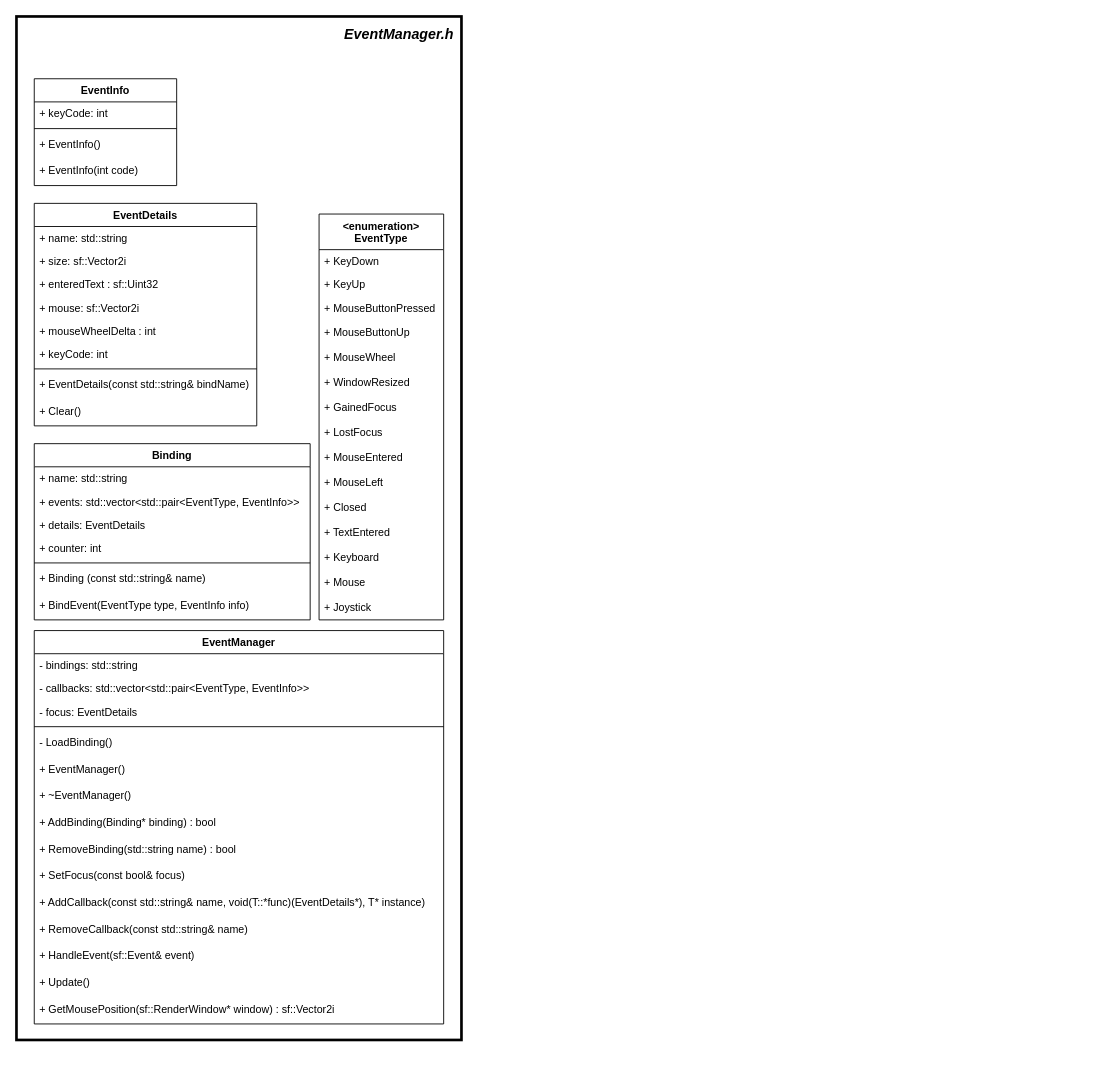
Earlier version of the draw.io diagram EVENT_MANAGER_PROJECT_CLASS DIAGRAM.drawio (maxmakovskiy/gamedev). Source tidied: cells renumbered, new cells numbered last; positions are measured from the earlier drawing's top-left corner, leaving out a move shared by most shapes. Both pictures are drawn from the tidied source at 89%, with x=0, y=0 at pixel (16, 16).
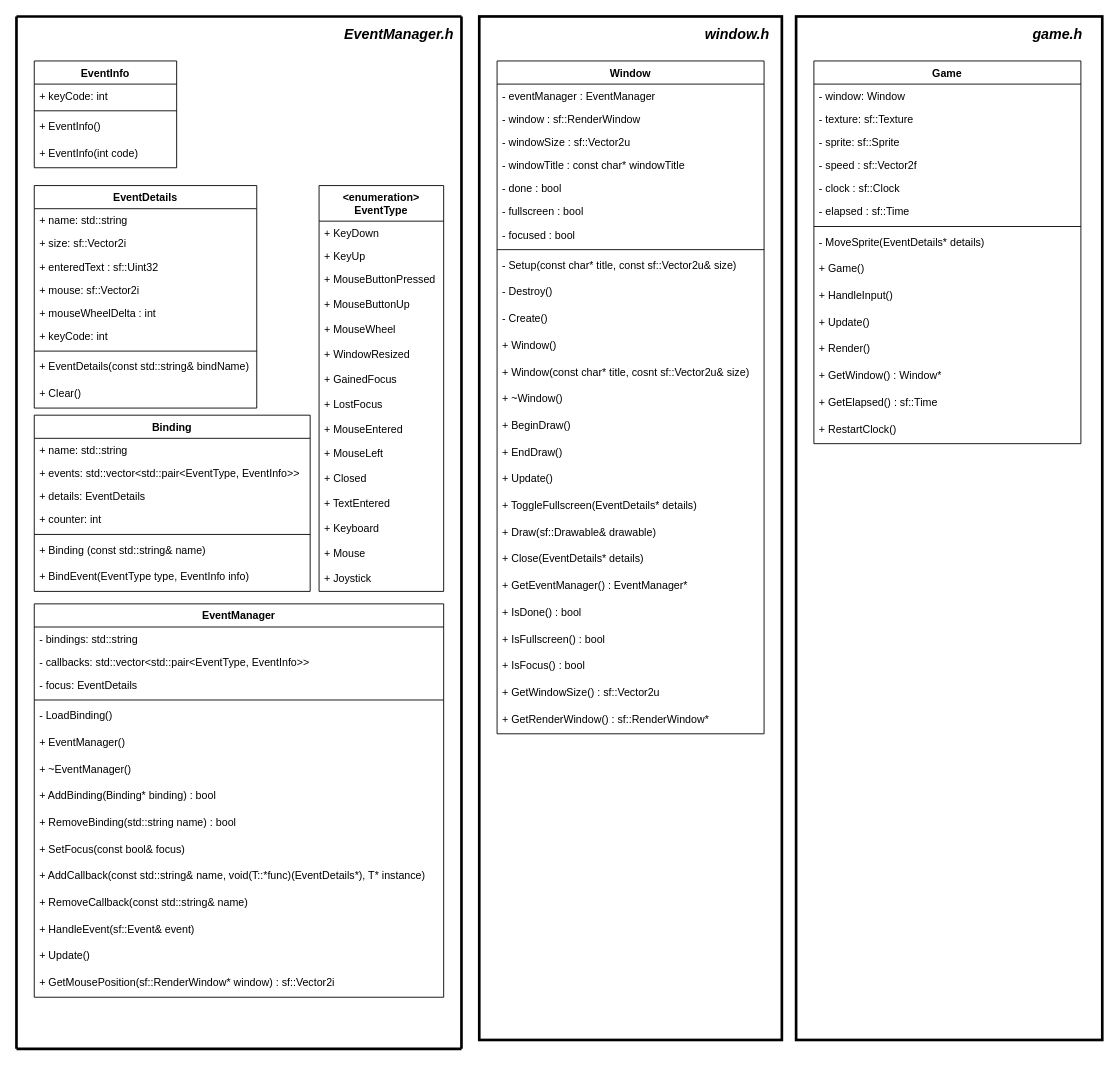
Above is the later version.

What changed in the source:
```diff
@@
     <mxCell id="2" value="EventInfo" style="swimlane;fontStyle=1;align=center;verticalAlign=top;horizontal=1;startSize=26;swimlaneFillColor=#ffffff;" parent="1" vertex="1">
-      <mxGeometry x="20" y="70" width="160" height="120" as="geometry" />
+      <mxGeometry x="20" y="50" width="160" height="120" as="geometry" />
     </mxCell>
@@
     <mxCell id="7" value="&lt;enumeration&gt;&#10;EventType" style="swimlane;fontStyle=1;horizontal=1;startSize=40;swimlaneFillColor=#ffffff;" parent="1" vertex="1">
-      <mxGeometry x="340" y="222" width="140" height="456" as="geometry" />
+      <mxGeometry x="340" y="190" width="140" height="456" as="geometry" />
     </mxCell>
@@
     <mxCell id="23" value="EventDetails" style="swimlane;fontStyle=1;align=center;verticalAlign=top;horizontal=1;startSize=26;swimlaneFillColor=#ffffff;" parent="1" vertex="1">
-      <mxGeometry x="20" y="210" width="250" height="250" as="geometry" />
+      <mxGeometry x="20" y="190" width="250" height="250" as="geometry" />
     </mxCell>
@@
     <mxCell id="33" value="Binding" style="swimlane;fontStyle=1;align=center;verticalAlign=top;horizontal=1;startSize=26;swimlaneFillColor=#ffffff;" parent="1" vertex="1">
-      <mxGeometry x="20" y="480" width="310" height="198" as="geometry" />
+      <mxGeometry x="20" y="448" width="310" height="198" as="geometry" />
     </mxCell>
@@
     <mxCell id="41" value="EventManager" style="swimlane;fontStyle=1;align=center;verticalAlign=top;horizontal=1;startSize=26;swimlaneFillColor=#ffffff;" parent="1" vertex="1">
-      <mxGeometry x="20" y="690" width="460" height="442" as="geometry" />
+      <mxGeometry x="20" y="660" width="460" height="442" as="geometry" />
     </mxCell>
@@
-    <mxCell id="57" style="rounded=0;whiteSpace=wrap;html=1;fillColor=none;strokeWidth=3;" parent="1" vertex="1">
-      <mxGeometry width="500" height="1150" as="geometry" />
-    </mxCell>
@@
+    <mxCell id="59" style="rounded=0;whiteSpace=wrap;html=1;fillColor=none;strokeWidth=3;" parent="1" vertex="1">
+      <mxGeometry x="520" width="340" height="1150" as="geometry" />
+    </mxCell>
+    <mxCell id="60" value="window.h" style="text;html=1;strokeColor=none;fillColor=none;align=center;verticalAlign=middle;whiteSpace=wrap;rounded=0;fontStyle=3;fontSize=16;" parent="1" vertex="1">
+      <mxGeometry x="790" y="10" width="40" height="20" as="geometry" />
+    </mxCell>
+    <mxCell id="61" style="endArrow=none;html=1;fontSize=16;fontColor=none;strokeWidth=3;" parent="1" edge="1">
+      <mxGeometry relative="1" as="geometry">
+        <mxPoint as="sourcePoint" />
+        <mxPoint x="500" as="targetPoint" />
+      </mxGeometry>
+    </mxCell>
+    <mxCell id="62" style="endArrow=none;html=1;fontSize=16;fontColor=none;strokeWidth=3;" parent="1" edge="1">
+      <mxGeometry relative="1" as="geometry">
+        <mxPoint as="sourcePoint" />
+        <mxPoint y="1160" as="targetPoint" />
+      </mxGeometry>
+    </mxCell>
+    <mxCell id="63" style="endArrow=none;html=1;fontSize=16;fontColor=none;strokeWidth=3;" parent="1" edge="1">
+      <mxGeometry relative="1" as="geometry">
+        <mxPoint y="1160" as="sourcePoint" />
+        <mxPoint x="500" y="1160" as="targetPoint" />
+      </mxGeometry>
+    </mxCell>
+    <mxCell id="64" style="endArrow=none;html=1;fontSize=16;fontColor=none;strokeWidth=3;" parent="1" edge="1">
+      <mxGeometry relative="1" as="geometry">
+        <mxPoint x="500" as="sourcePoint" />
+        <mxPoint x="500" y="1160" as="targetPoint" />
+      </mxGeometry>
+    </mxCell>
+    <mxCell id="65" value="Window" style="swimlane;fontStyle=1;align=center;verticalAlign=top;horizontal=1;startSize=26;swimlaneFillColor=#ffffff;" parent="1" vertex="1">
+      <mxGeometry x="540" y="50" width="300" height="756" as="geometry" />
+    </mxCell>
+    <mxCell id="66" value="- eventManager : EventManager" style="text;strokeColor=none;fillColor=none;align=left;verticalAlign=top;spacingLeft=4;spacingRight=4;overflow=hidden;" parent="65" vertex="1">
+      <mxGeometry y="26" width="300" height="26" as="geometry" />
+    </mxCell>
+    <mxCell id="67" value="- window : sf::RenderWindow" style="text;strokeColor=none;fillColor=none;align=left;verticalAlign=top;spacingLeft=4;spacingRight=4;overflow=hidden;" parent="65" vertex="1">
+      <mxGeometry y="52" width="300" height="26" as="geometry" />
+    </mxCell>
+    <mxCell id="68" value="- windowSize : sf::Vector2u" style="text;strokeColor=none;fillColor=none;align=left;verticalAlign=top;spacingLeft=4;spacingRight=4;overflow=hidden;" parent="65" vertex="1">
+      <mxGeometry y="78" width="300" height="26" as="geometry" />
+    </mxCell>
+    <mxCell id="69" value="- windowTitle : const char* windowTitle" style="text;strokeColor=none;fillColor=none;align=left;verticalAlign=top;spacingLeft=4;spacingRight=4;overflow=hidden;" parent="65" vertex="1">
+      <mxGeometry y="104" width="300" height="26" as="geometry" />
+    </mxCell>
+    <mxCell id="70" value="- done : bool" style="text;strokeColor=none;fillColor=none;align=left;verticalAlign=top;spacingLeft=4;spacingRight=4;overflow=hidden;" parent="65" vertex="1">
+      <mxGeometry y="130" width="300" height="26" as="geometry" />
+    </mxCell>
+    <mxCell id="71" value="- fullscreen : bool" style="text;strokeColor=none;fillColor=none;align=left;verticalAlign=top;spacingLeft=4;spacingRight=4;overflow=hidden;" parent="65" vertex="1">
+      <mxGeometry y="156" width="300" height="26" as="geometry" />
+    </mxCell>
+    <mxCell id="72" value="- focused : bool" style="text;strokeColor=none;fillColor=none;align=left;verticalAlign=top;spacingLeft=4;spacingRight=4;overflow=hidden;" parent="65" vertex="1">
+      <mxGeometry y="182" width="300" height="26" as="geometry" />
+    </mxCell>
+    <mxCell id="73" style="line;strokeWidth=1;fillColor=none;align=left;verticalAlign=middle;spacingTop=-1;spacingLeft=3;spacingRight=3;labelPosition=right;" parent="65" vertex="1">
+      <mxGeometry y="208" width="300" height="8" as="geometry" />
+    </mxCell>
+    <mxCell id="74" value="- Setup(const char* title, const sf::Vector2u&amp; size)" style="text;strokeColor=none;fillColor=none;align=left;verticalAlign=top;spacingLeft=4;spacingRight=4;overflow=hidden;" parent="65" vertex="1">
+      <mxGeometry y="216" width="300" height="30" as="geometry" />
+    </mxCell>
+    <mxCell id="75" value="- Destroy()&#10;" style="text;strokeColor=none;fillColor=none;align=left;verticalAlign=top;spacingLeft=4;spacingRight=4;overflow=hidden;" parent="65" vertex="1">
+      <mxGeometry y="246" width="300" height="30" as="geometry" />
+    </mxCell>
+    <mxCell id="76" value="- Create()&#10;" style="text;strokeColor=none;fillColor=none;align=left;verticalAlign=top;spacingLeft=4;spacingRight=4;overflow=hidden;" parent="65" vertex="1">
+      <mxGeometry y="276" width="300" height="30" as="geometry" />
+    </mxCell>
+    <mxCell id="77" value="+ Window()&#10;" style="text;strokeColor=none;fillColor=none;align=left;verticalAlign=top;spacingLeft=4;spacingRight=4;overflow=hidden;" parent="65" vertex="1">
+      <mxGeometry y="306" width="300" height="30" as="geometry" />
+    </mxCell>
+    <mxCell id="78" value="+ Window(const char* title, cosnt sf::Vector2u&amp; size)&#10;" style="text;strokeColor=none;fillColor=none;align=left;verticalAlign=top;spacingLeft=4;spacingRight=4;overflow=hidden;" parent="65" vertex="1">
+      <mxGeometry y="336" width="300" height="30" as="geometry" />
+    </mxCell>
+    <mxCell id="79" value="+ ~Window()&#10;" style="text;strokeColor=none;fillColor=none;align=left;verticalAlign=top;spacingLeft=4;spacingRight=4;overflow=hidden;" parent="65" vertex="1">
+      <mxGeometry y="366" width="300" height="30" as="geometry" />
+    </mxCell>
+    <mxCell id="80" value="+ BeginDraw()&#10;" style="text;strokeColor=none;fillColor=none;align=left;verticalAlign=top;spacingLeft=4;spacingRight=4;overflow=hidden;" parent="65" vertex="1">
+      <mxGeometry y="396" width="300" height="30" as="geometry" />
+    </mxCell>
+    <mxCell id="81" value="+ EndDraw()&#10;" style="text;strokeColor=none;fillColor=none;align=left;verticalAlign=top;spacingLeft=4;spacingRight=4;overflow=hidden;" parent="65" vertex="1">
+      <mxGeometry y="426" width="300" height="30" as="geometry" />
+    </mxCell>
+    <mxCell id="82" value="+ Update()&#10;" style="text;strokeColor=none;fillColor=none;align=left;verticalAlign=top;spacingLeft=4;spacingRight=4;overflow=hidden;" parent="65" vertex="1">
+      <mxGeometry y="456" width="300" height="30" as="geometry" />
+    </mxCell>
+    <mxCell id="83" value="+ ToggleFullscreen(EventDetails* details)&#10;" style="text;strokeColor=none;fillColor=none;align=left;verticalAlign=top;spacingLeft=4;spacingRight=4;overflow=hidden;" parent="65" vertex="1">
+      <mxGeometry y="486" width="300" height="30" as="geometry" />
+    </mxCell>
+    <mxCell id="84" value="+ Draw(sf::Drawable&amp; drawable)&#10;" style="text;strokeColor=none;fillColor=none;align=left;verticalAlign=top;spacingLeft=4;spacingRight=4;overflow=hidden;" parent="65" vertex="1">
+      <mxGeometry y="516" width="300" height="30" as="geometry" />
+    </mxCell>
+    <mxCell id="85" value="+ Close(EventDetails* details)&#10;" style="text;strokeColor=none;fillColor=none;align=left;verticalAlign=top;spacingLeft=4;spacingRight=4;overflow=hidden;" parent="65" vertex="1">
+      <mxGeometry y="546" width="300" height="30" as="geometry" />
+    </mxCell>
+    <mxCell id="86" value="+ GetEventManager() : EventManager*&#10;" style="text;strokeColor=none;fillColor=none;align=left;verticalAlign=top;spacingLeft=4;spacingRight=4;overflow=hidden;" parent="65" vertex="1">
+      <mxGeometry y="576" width="300" height="30" as="geometry" />
+    </mxCell>
+    <mxCell id="87" value="+ IsDone() : bool&#10;" style="text;strokeColor=none;fillColor=none;align=left;verticalAlign=top;spacingLeft=4;spacingRight=4;overflow=hidden;" parent="65" vertex="1">
+      <mxGeometry y="606" width="300" height="30" as="geometry" />
+    </mxCell>
+    <mxCell id="88" value="+ IsFullscreen() : bool&#10;" style="text;strokeColor=none;fillColor=none;align=left;verticalAlign=top;spacingLeft=4;spacingRight=4;overflow=hidden;" parent="65" vertex="1">
+      <mxGeometry y="636" width="300" height="30" as="geometry" />
+    </mxCell>
+    <mxCell id="89" value="+ IsFocus() : bool&#10;" style="text;strokeColor=none;fillColor=none;align=left;verticalAlign=top;spacingLeft=4;spacingRight=4;overflow=hidden;" parent="65" vertex="1">
+      <mxGeometry y="666" width="300" height="30" as="geometry" />
+    </mxCell>
+    <mxCell id="90" value="+ GetWindowSize() : sf::Vector2u&#10;" style="text;strokeColor=none;fillColor=none;align=left;verticalAlign=top;spacingLeft=4;spacingRight=4;overflow=hidden;" parent="65" vertex="1">
+      <mxGeometry y="696" width="300" height="30" as="geometry" />
+    </mxCell>
+    <mxCell id="91" value="+ GetRenderWindow() : sf::RenderWindow*&#10;" style="text;strokeColor=none;fillColor=none;align=left;verticalAlign=top;spacingLeft=4;spacingRight=4;overflow=hidden;" parent="65" vertex="1">
+      <mxGeometry y="726" width="300" height="30" as="geometry" />
+    </mxCell>
+    <mxCell id="92" style="rounded=0;whiteSpace=wrap;html=1;fillColor=none;strokeWidth=3;" parent="1" vertex="1">
+      <mxGeometry x="876" width="344" height="1150" as="geometry" />
+    </mxCell>
+    <mxCell id="93" value="game.h" style="text;html=1;strokeColor=none;fillColor=none;align=center;verticalAlign=middle;whiteSpace=wrap;rounded=0;fontStyle=3;fontSize=16;" parent="1" vertex="1">
+      <mxGeometry x="1150" y="10" width="40" height="20" as="geometry" />
+    </mxCell>
+    <mxCell id="94" value="Game" style="swimlane;fontStyle=1;align=center;verticalAlign=top;horizontal=1;startSize=26;swimlaneFillColor=#ffffff;" parent="1" vertex="1">
+      <mxGeometry x="896" y="50" width="300" height="430" as="geometry" />
+    </mxCell>
+    <mxCell id="95" value="- window: Window" style="text;strokeColor=none;fillColor=none;align=left;verticalAlign=top;spacingLeft=4;spacingRight=4;overflow=hidden;" parent="94" vertex="1">
+      <mxGeometry y="26" width="300" height="26" as="geometry" />
+    </mxCell>
+    <mxCell id="96" value="- texture: sf::Texture" style="text;strokeColor=none;fillColor=none;align=left;verticalAlign=top;spacingLeft=4;spacingRight=4;overflow=hidden;" parent="94" vertex="1">
+      <mxGeometry y="52" width="300" height="26" as="geometry" />
+    </mxCell>
+    <mxCell id="97" value="- sprite: sf::Sprite" style="text;strokeColor=none;fillColor=none;align=left;verticalAlign=top;spacingLeft=4;spacingRight=4;overflow=hidden;" parent="94" vertex="1">
+      <mxGeometry y="78" width="300" height="26" as="geometry" />
+    </mxCell>
+    <mxCell id="98" value="- speed : sf::Vector2f" style="text;strokeColor=none;fillColor=none;align=left;verticalAlign=top;spacingLeft=4;spacingRight=4;overflow=hidden;" parent="94" vertex="1">
+      <mxGeometry y="104" width="300" height="26" as="geometry" />
+    </mxCell>
+    <mxCell id="99" value="- clock : sf::Clock" style="text;strokeColor=none;fillColor=none;align=left;verticalAlign=top;spacingLeft=4;spacingRight=4;overflow=hidden;" parent="94" vertex="1">
+      <mxGeometry y="130" width="300" height="26" as="geometry" />
+    </mxCell>
+    <mxCell id="100" value="- elapsed : sf::Time" style="text;strokeColor=none;fillColor=none;align=left;verticalAlign=top;spacingLeft=4;spacingRight=4;overflow=hidden;" parent="94" vertex="1">
+      <mxGeometry y="156" width="300" height="26" as="geometry" />
+    </mxCell>
+    <mxCell id="101" style="line;strokeWidth=1;fillColor=none;align=left;verticalAlign=middle;spacingTop=-1;spacingLeft=3;spacingRight=3;labelPosition=right;" parent="94" vertex="1">
+      <mxGeometry y="182" width="300" height="8" as="geometry" />
+    </mxCell>
+    <mxCell id="102" value="- MoveSprite(EventDetails* details)&#10;" style="text;strokeColor=none;fillColor=none;align=left;verticalAlign=top;spacingLeft=4;spacingRight=4;overflow=hidden;" parent="94" vertex="1">
+      <mxGeometry y="190" width="300" height="30" as="geometry" />
+    </mxCell>
+    <mxCell id="103" value="+ Game()&#10;" style="text;strokeColor=none;fillColor=none;align=left;verticalAlign=top;spacingLeft=4;spacingRight=4;overflow=hidden;" parent="94" vertex="1">
+      <mxGeometry y="220" width="300" height="30" as="geometry" />
+    </mxCell>
+    <mxCell id="104" value="+ HandleInput()&#10;" style="text;strokeColor=none;fillColor=none;align=left;verticalAlign=top;spacingLeft=4;spacingRight=4;overflow=hidden;" parent="94" vertex="1">
+      <mxGeometry y="250" width="300" height="30" as="geometry" />
+    </mxCell>
+    <mxCell id="105" value="+ Update()&#10;" style="text;strokeColor=none;fillColor=none;align=left;verticalAlign=top;spacingLeft=4;spacingRight=4;overflow=hidden;" parent="94" vertex="1">
+      <mxGeometry y="280" width="300" height="30" as="geometry" />
+    </mxCell>
+    <mxCell id="106" value="+ Render()&#10;" style="text;strokeColor=none;fillColor=none;align=left;verticalAlign=top;spacingLeft=4;spacingRight=4;overflow=hidden;" parent="94" vertex="1">
+      <mxGeometry y="310" width="300" height="30" as="geometry" />
+    </mxCell>
+    <mxCell id="107" value="+ GetWindow() : Window*&#10;" style="text;strokeColor=none;fillColor=none;align=left;verticalAlign=top;spacingLeft=4;spacingRight=4;overflow=hidden;" parent="94" vertex="1">
+      <mxGeometry y="340" width="300" height="30" as="geometry" />
+    </mxCell>
+    <mxCell id="108" value="+ GetElapsed() : sf::Time&#10;" style="text;strokeColor=none;fillColor=none;align=left;verticalAlign=top;spacingLeft=4;spacingRight=4;overflow=hidden;" parent="94" vertex="1">
+      <mxGeometry y="370" width="300" height="30" as="geometry" />
+    </mxCell>
+    <mxCell id="109" value="+ RestartClock()&#10;" style="text;strokeColor=none;fillColor=none;align=left;verticalAlign=top;spacingLeft=4;spacingRight=4;overflow=hidden;" parent="94" vertex="1">
+      <mxGeometry y="400" width="300" height="30" as="geometry" />
+    </mxCell>
```
